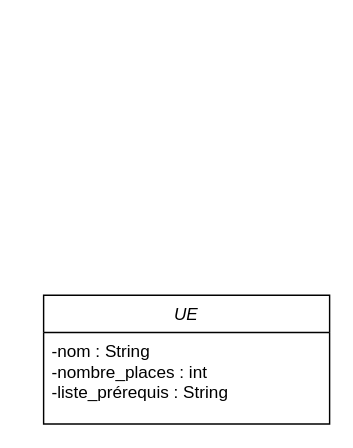
Earlier version of the draw.io diagram TD3_EXO2_conception.drawio (NicolasRbls/Diagramme). Source tidied: cells renumbered, new cells numbered last; positions are measured from the earlier drawing's top-left corner, leaving out a move shared by most shapes. Both pictures are drawn from the tidied source at 143%, with x=0, y=0 at pixel (43, 295).
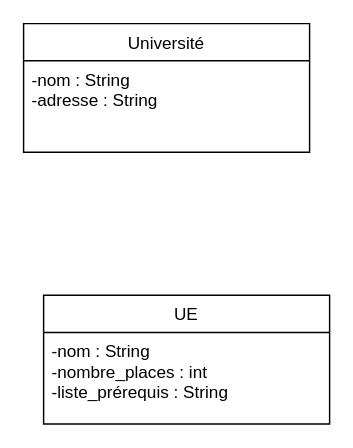
Above is the later version.

Commit message (it also covers changes not shown here):
Mettre à jour TD3_EXO2_conception.drawio

Change to the diagram source:
```diff
@@
 <mxGraphModel>
   <root>
     <mxCell id="0" />
     <mxCell id="1" parent="0" />
-    <mxCell id="2" value="UE" style="swimlane;fontStyle=2;align=center;verticalAlign=top;horizontal=1;startSize=26;rounded=0;shadow=0;strokeWidth=1;" parent="1" vertex="1">
+    <mxCell id="2" value="UE" style="swimlane;fontStyle=0;align=center;verticalAlign=top;horizontal=1;startSize=26;rounded=0;shadow=0;strokeWidth=1;" parent="1" vertex="1">
       <mxGeometry width="200" height="90" as="geometry" />
     </mxCell>
     <mxCell id="3" value="-nom : String&#10;-nombre_places : int&#10;-liste_prérequis : String" style="text;align=left;verticalAlign=top;spacingLeft=4;spacingRight=4;overflow=hidden;" parent="2" vertex="1">
       <mxGeometry y="26" width="200" height="64" as="geometry" />
     </mxCell>
+    <mxCell id="4" value="Université" style="swimlane;fontStyle=0;align=center;verticalAlign=top;horizontal=1;startSize=26;rounded=0;shadow=0;strokeWidth=1;" parent="1" vertex="1">
+      <mxGeometry x="-14" y="-190" width="200" height="90" as="geometry" />
+    </mxCell>
+    <mxCell id="5" value="-nom : String&#10;-adresse : String " style="text;align=left;verticalAlign=top;spacingLeft=4;spacingRight=4;overflow=hidden;" parent="4" vertex="1">
+      <mxGeometry y="26" width="200" height="64" as="geometry" />
+    </mxCell>
   </root>
 </mxGraphModel>
```
